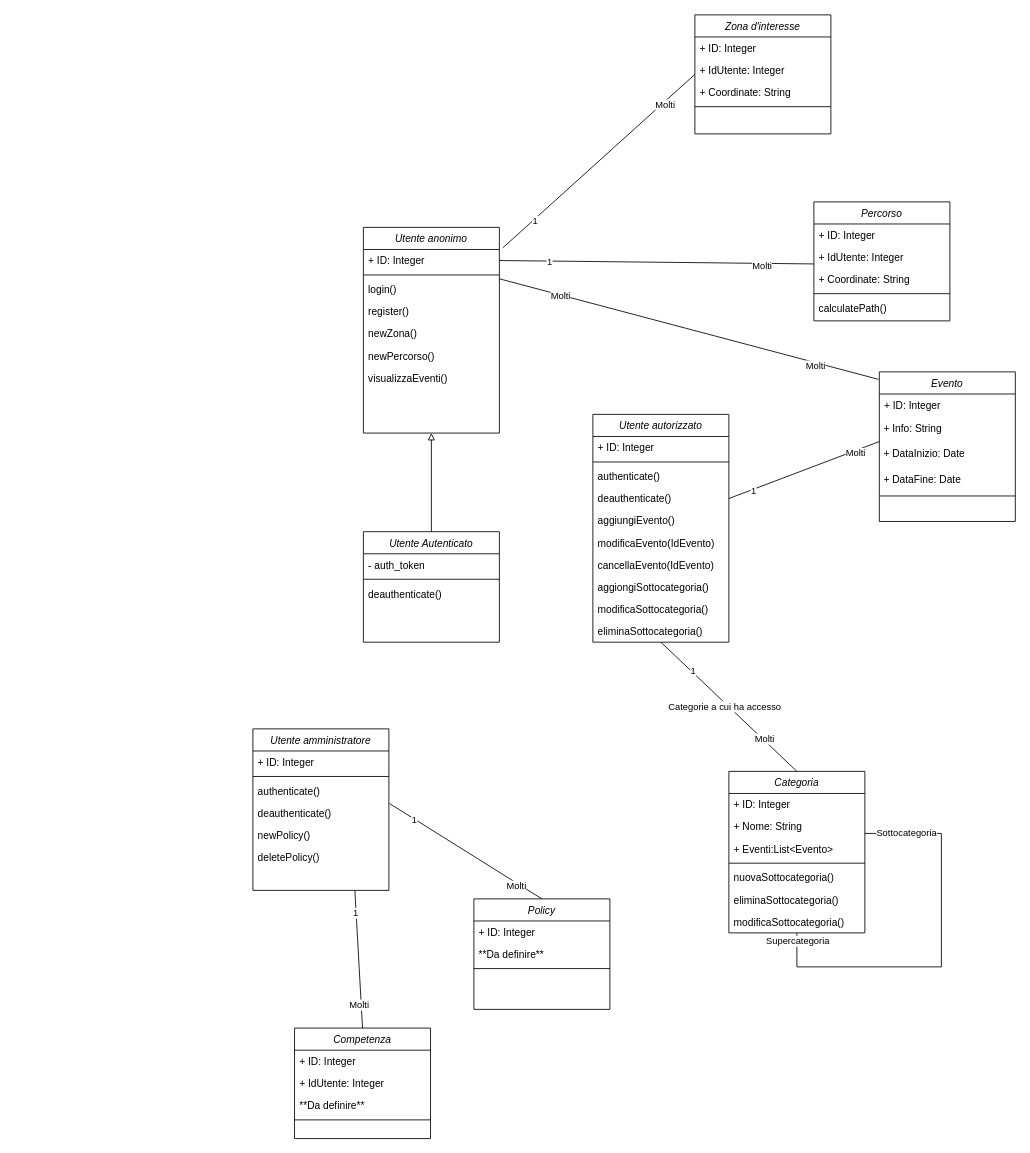
Before: Deliverable-2/class_diagram_Elia.drawio in ELI20ZIVI/BeeLive, a draw.io diagram. Source tidied: cells renumbered, new cells numbered last; positions are measured from the earlier drawing's top-left corner, leaving out a move shared by most shapes. Both pictures are drawn from the tidied source at 85%, with x=0, y=0 at pixel (252, 14).
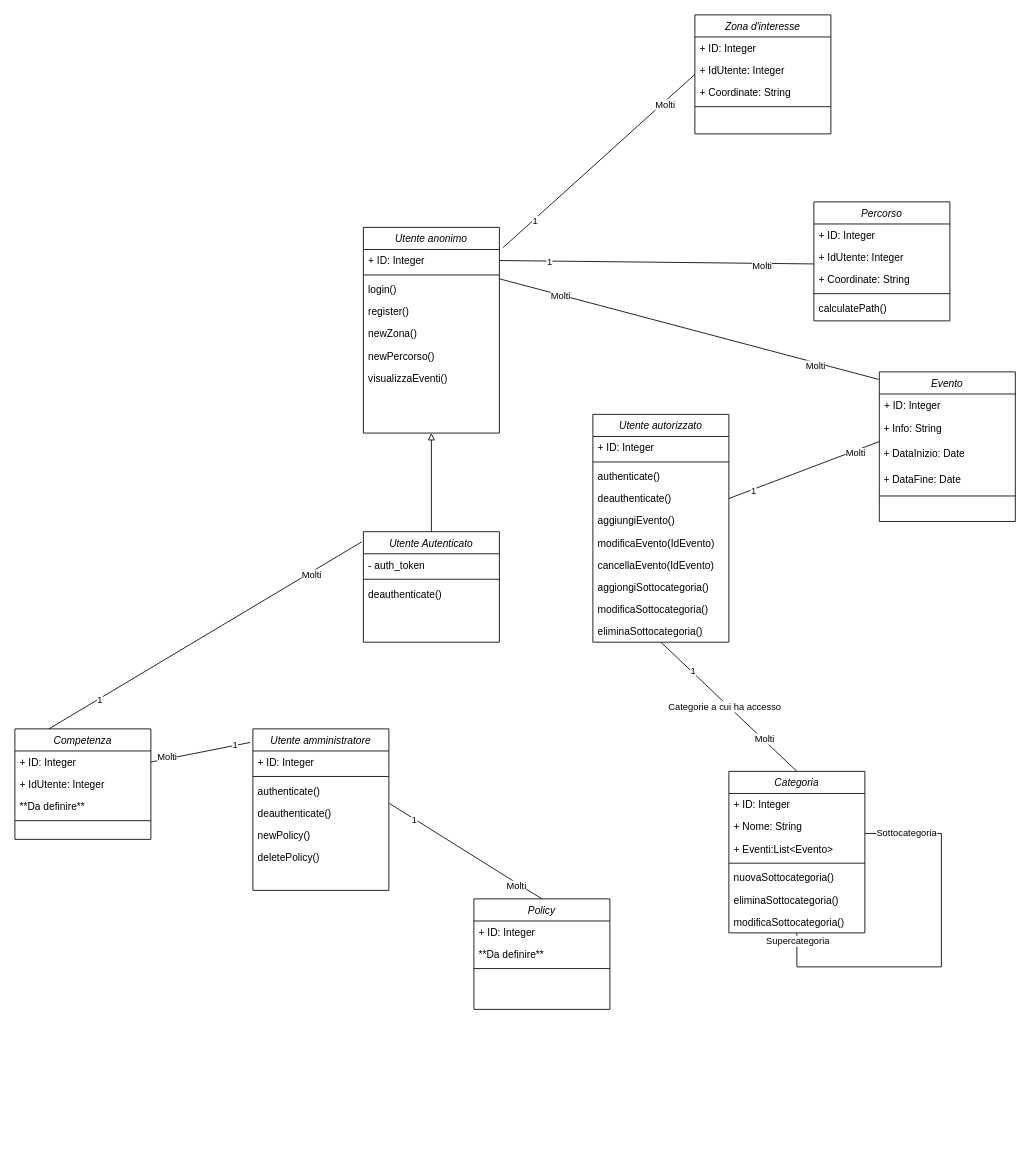
The same page after the edit.

Commit message:
New class diagram

The change refers to these unchanged cells:
```xml
<mxCell id="16" value="Utente Autenticato" style="swimlane;fontStyle=2;align=center;verticalAlign=top;horizontal=1;startSize=26;rounded=0;shadow=0;strokeWidth=1;" parent="1" vertex="1">
  <mxGeometry x="130" y="608" width="160" height="130" as="geometry" />
</mxCell>
<mxCell id="59" value="Utente amministratore" style="swimlane;fontStyle=2;align=center;verticalAlign=top;horizontal=1;startSize=26;rounded=0;shadow=0;strokeWidth=1;" parent="1" vertex="1">
  <mxGeometry y="840" width="160" height="190" as="geometry" />
</mxCell>
<mxCell id="85" value="+ ID: Integer" style="text;align=left;verticalAlign=top;spacingLeft=4;spacingRight=4;overflow=hidden;points=[[0,0.5],[1,0.5]];portConstraint=eastwest;" parent="84" vertex="1">
  <mxGeometry y="26" width="160" height="26" as="geometry" />
</mxCell>
```

The edit, as a diff of the source:
```diff
@@
     <mxCell id="84" value="Competenza" style="swimlane;fontStyle=2;align=center;verticalAlign=top;horizontal=1;startSize=26;rounded=0;shadow=0;strokeWidth=1;" parent="1" vertex="1">
-      <mxGeometry x="49" y="1192" width="160" height="130" as="geometry" />
+      <mxGeometry x="-280" y="840" width="160" height="130" as="geometry" />
     </mxCell>
@@
-    <mxCell id="89" style="rounded=0;jettySize=auto;html=1;exitX=0.75;exitY=1;exitDx=0;exitDy=0;entryX=0.5;entryY=0;entryDx=0;entryDy=0;endArrow=none;endFill=0;" parent="1" edge="1" source="59" target="84">
+    <mxCell id="89" style="rounded=0;jettySize=auto;html=1;entryX=1;entryY=0.5;entryDx=0;entryDy=0;endArrow=none;endFill=0;exitX=-0.019;exitY=0.084;exitDx=0;exitDy=0;exitPerimeter=0;" parent="1" edge="1" source="59" target="85">
       <mxGeometry relative="1" as="geometry" />
     </mxCell>
@@
+    <mxCell id="92" style="rounded=0;jettySize=auto;html=1;entryX=-0.012;entryY=0.092;entryDx=0;entryDy=0;endArrow=none;endFill=0;exitX=0.25;exitY=0;exitDx=0;exitDy=0;entryPerimeter=0;" parent="1" edge="1" source="84" target="16">
+      <mxGeometry relative="1" as="geometry" />
+    </mxCell>
+    <mxCell id="93" value="1" style="edgeLabel;html=1;align=center;verticalAlign=middle;" parent="92" vertex="1">
+      <mxGeometry x="-0.68" y="-1" relative="1" as="geometry" />
+    </mxCell>
+    <mxCell id="94" value="Molti" style="edgeLabel;html=1;align=center;verticalAlign=middle;" parent="92" vertex="1">
+      <mxGeometry x="0.67" y="-3" relative="1" as="geometry" />
+    </mxCell>
```
